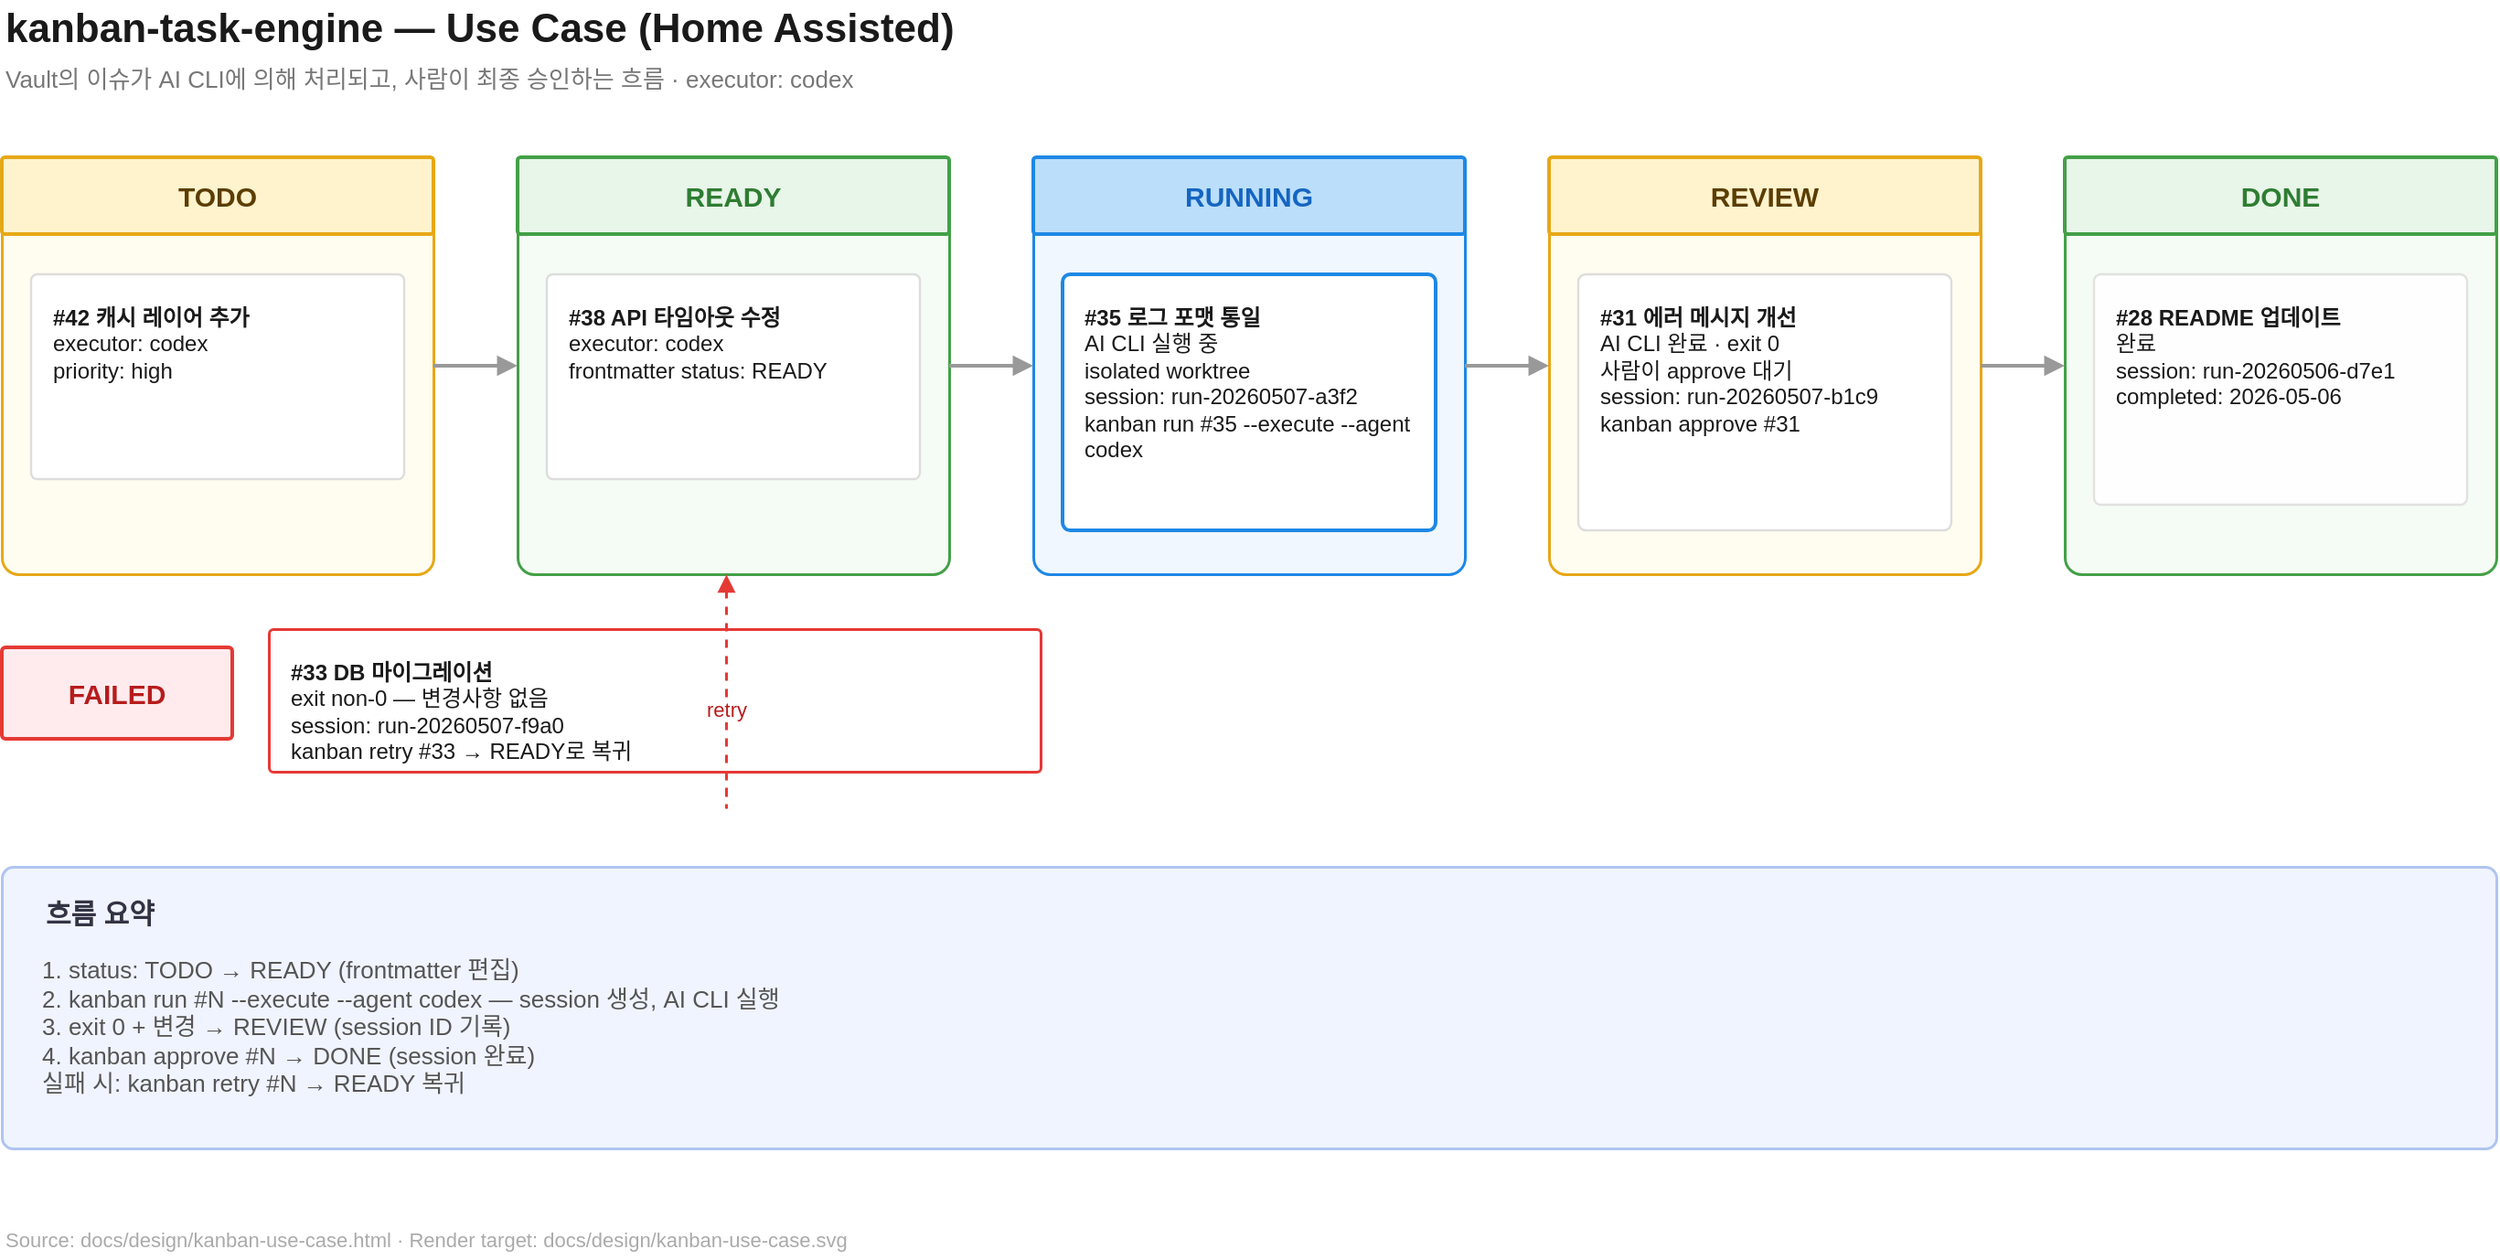
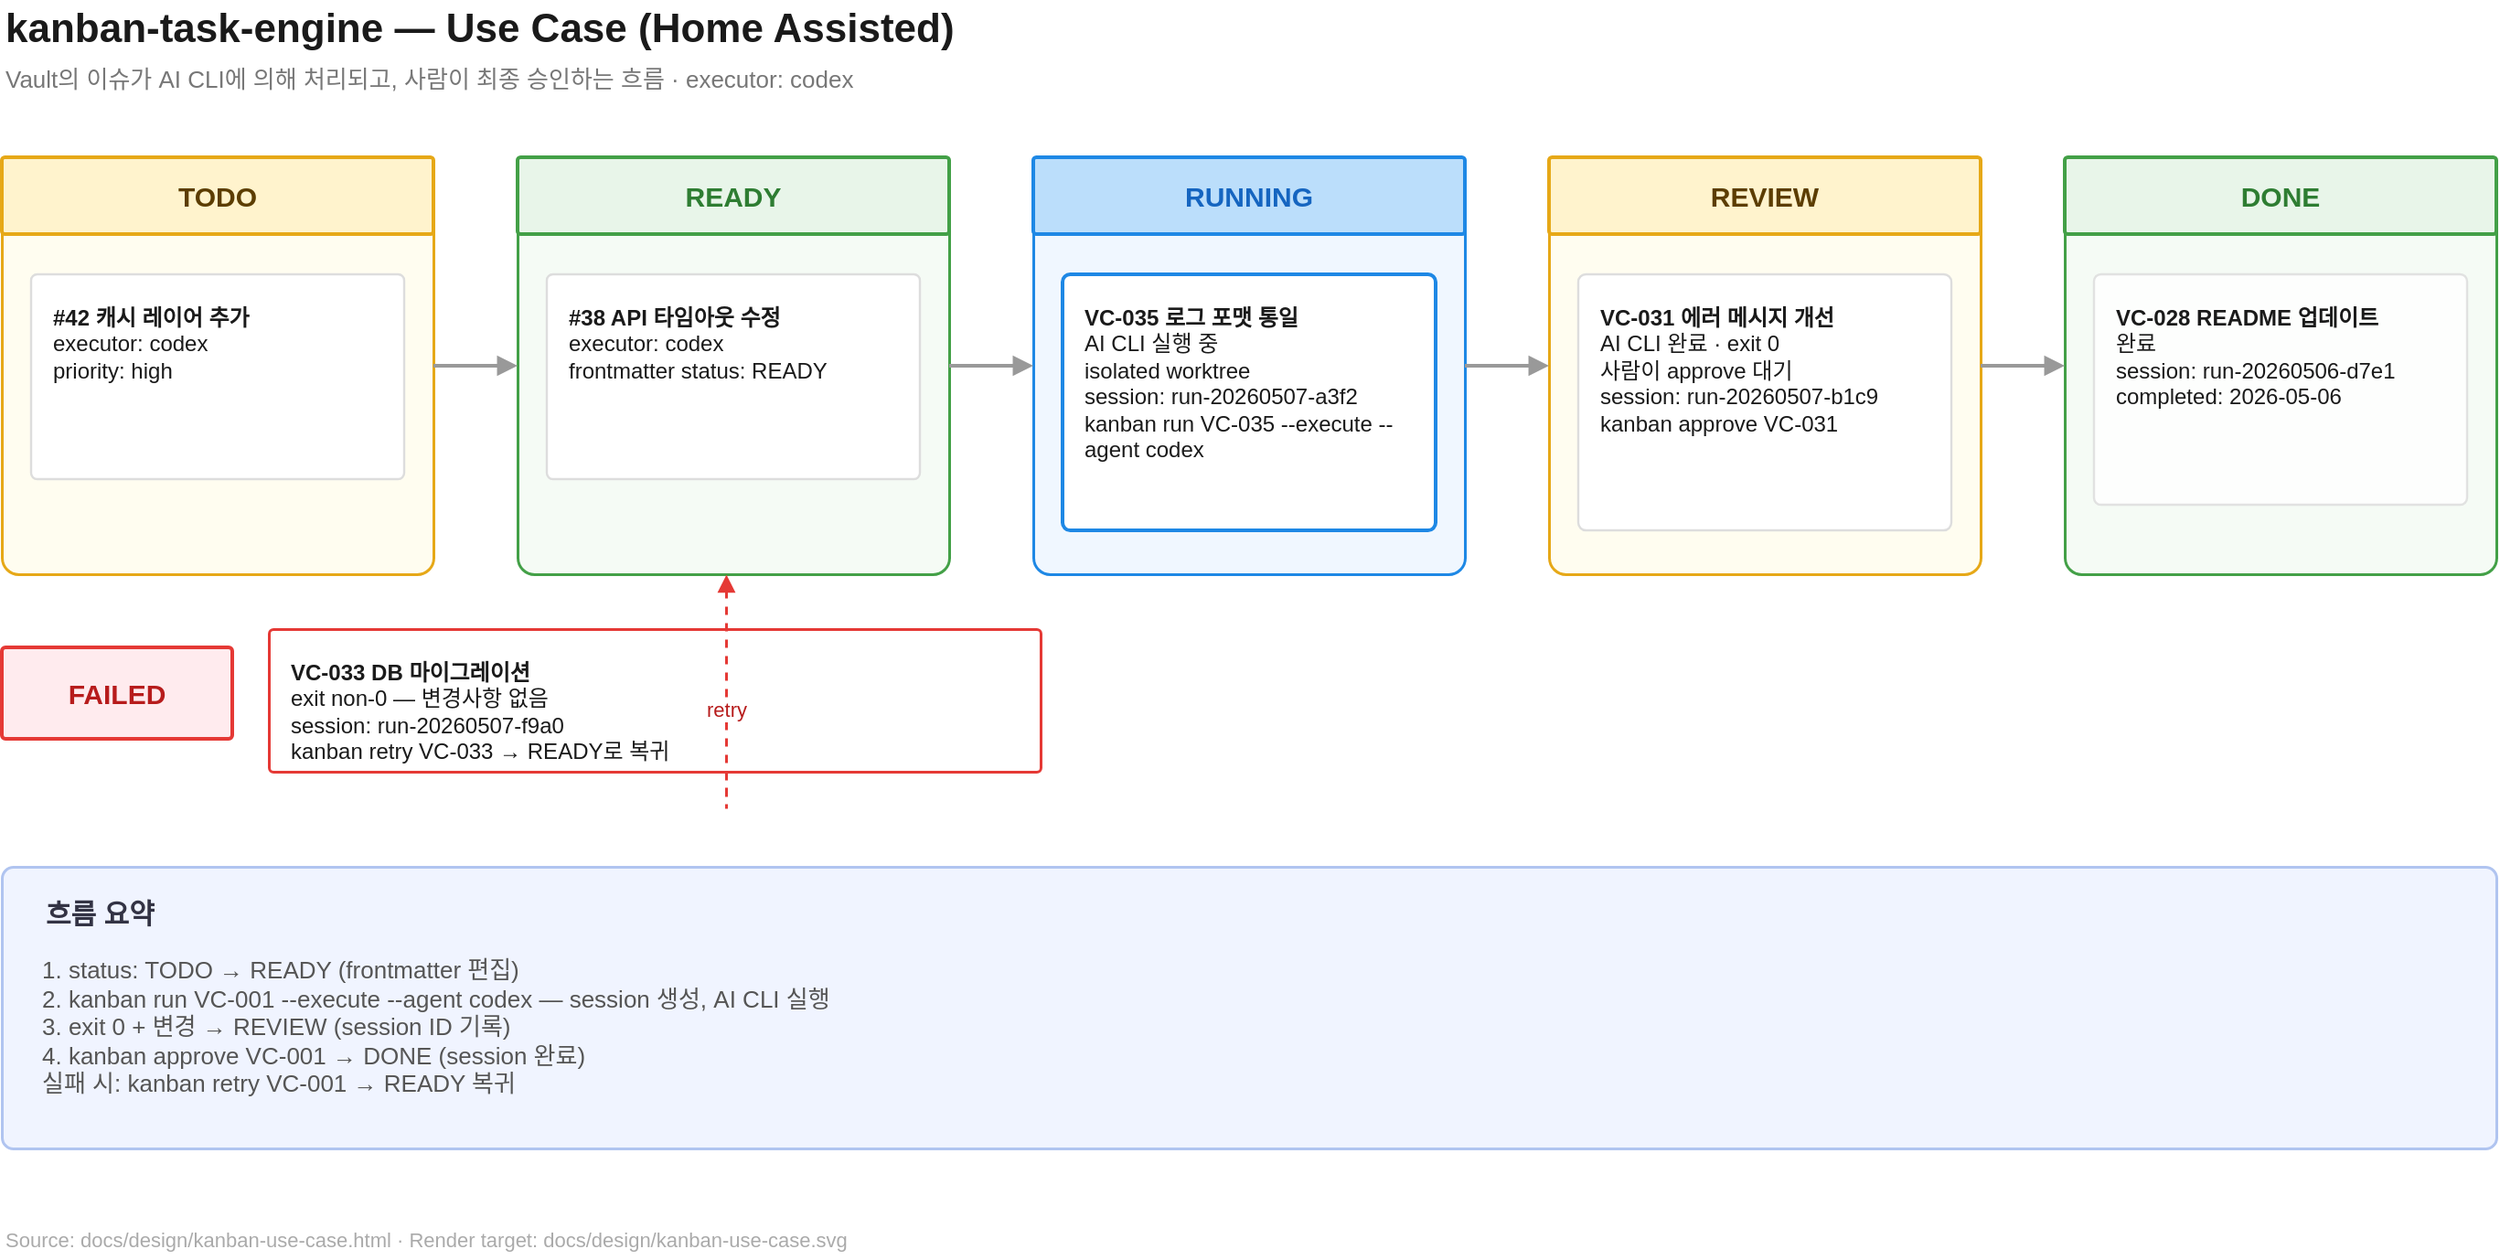
<?xml version="1.0" encoding="UTF-8"?>
<mxfile host="app.diagrams.net" modified="2026-05-07" agent="kanban-task-engine-design" version="24.0.0">
  <diagram name="Use Case - Home Assisted" id="kanban-use-case-home-assisted">
    <mxGraphModel dx="0" dy="0" grid="10" gridSize="10" guides="1" tooltips="1"
                  connect="1" arrows="1" fold="1" page="1" pageScale="1"
                  pageWidth="1500" pageHeight="760" math="0" shadow="0">
      <root>
        <mxCell id="0"/>
        <mxCell id="1" parent="0"/>

        <!-- PAGE TITLE -->
        <mxCell id="page-title" value="kanban-task-engine — Use Case (Home Assisted)"
                style="text;html=1;align=left;verticalAlign=middle;fontStyle=1;fontSize=22;fontColor=#1a1a1a;"
                vertex="1" parent="1">
          <mxGeometry x="24" y="18" width="760" height="32" as="geometry"/>
        </mxCell>
        <mxCell id="page-subtitle" value="Vault의 이슈가 AI CLI에 의해 처리되고, 사람이 최종 승인하는 흐름 · executor: codex"
                style="text;html=1;align=left;verticalAlign=middle;fontSize=13;fontColor=#777777;"
                vertex="1" parent="1">
          <mxGeometry x="24" y="50" width="820" height="22" as="geometry"/>
        </mxCell>

        <!-- BOARD COLUMNS -->
        <mxCell id="todo-col" value=""
                style="rounded=1;arcSize=4;fillColor=#fffdf0;strokeColor=#E6A817;strokeWidth=1.5;"
                vertex="1" parent="1">
          <mxGeometry x="24" y="104" width="236" height="228" as="geometry"/>
        </mxCell>
        <mxCell id="todo-head" value="TODO"
                style="rounded=1;arcSize=4;whiteSpace=wrap;html=1;fillColor=#FFF3CD;strokeColor=#E6A817;strokeWidth=2;fontStyle=1;fontSize=15;fontColor=#5c3d00;align=center;verticalAlign=middle;"
                vertex="1" parent="todo-col">
          <mxGeometry x="0" y="0" width="236" height="42" as="geometry"/>
        </mxCell>
        <mxCell id="todo-card" value="&lt;b&gt;#42 캐시 레이어 추가&lt;/b&gt;&#10;executor: codex&#10;priority: high"
                style="rounded=1;arcSize=3;whiteSpace=wrap;html=1;fillColor=#ffffff;strokeColor=#dddddd;strokeWidth=1.2;fontSize=12;fontColor=#1a1a1a;align=left;verticalAlign=top;spacing=12;"
                vertex="1" parent="todo-col">
          <mxGeometry x="16" y="64" width="204" height="112" as="geometry"/>
        </mxCell>

        <mxCell id="ready-col" value=""
                style="rounded=1;arcSize=4;fillColor=#f5fbf5;strokeColor=#43A047;strokeWidth=1.5;"
                vertex="1" parent="1">
          <mxGeometry x="306" y="104" width="236" height="228" as="geometry"/>
        </mxCell>
        <mxCell id="ready-head" value="READY"
                style="rounded=1;arcSize=4;whiteSpace=wrap;html=1;fillColor=#E8F5E9;strokeColor=#43A047;strokeWidth=2;fontStyle=1;fontSize=15;fontColor=#2e7d32;align=center;verticalAlign=middle;"
                vertex="1" parent="ready-col">
          <mxGeometry x="0" y="0" width="236" height="42" as="geometry"/>
        </mxCell>
        <mxCell id="ready-card" value="&lt;b&gt;#38 API 타임아웃 수정&lt;/b&gt;&#10;executor: codex&#10;frontmatter status: READY"
                style="rounded=1;arcSize=3;whiteSpace=wrap;html=1;fillColor=#ffffff;strokeColor=#dddddd;strokeWidth=1.2;fontSize=12;fontColor=#1a1a1a;align=left;verticalAlign=top;spacing=12;"
                vertex="1" parent="ready-col">
          <mxGeometry x="16" y="64" width="204" height="112" as="geometry"/>
        </mxCell>

        <mxCell id="running-col" value=""
                style="rounded=1;arcSize=4;fillColor=#f0f7ff;strokeColor=#1E88E5;strokeWidth=1.5;"
                vertex="1" parent="1">
          <mxGeometry x="588" y="104" width="236" height="228" as="geometry"/>
        </mxCell>
        <mxCell id="running-head" value="RUNNING"
                style="rounded=1;arcSize=4;whiteSpace=wrap;html=1;fillColor=#BBDEFB;strokeColor=#1E88E5;strokeWidth=2;fontStyle=1;fontSize=15;fontColor=#1565C0;align=center;verticalAlign=middle;"
                vertex="1" parent="running-col">
          <mxGeometry x="0" y="0" width="236" height="42" as="geometry"/>
        </mxCell>
-         <mxCell id="running-card" value="&lt;b&gt;#35 로그 포맷 통일&lt;/b&gt;&#10;AI CLI 실행 중&#10;isolated worktree&#10;session: run-20260507-a3f2&#10;kanban run #35 --execute --agent codex"
+         <mxCell id="running-card" value="&lt;b&gt;VC-035 로그 포맷 통일&lt;/b&gt;&#10;AI CLI 실행 중&#10;isolated worktree&#10;session: run-20260507-a3f2&#10;kanban run VC-035 --execute --agent codex"
                style="rounded=1;arcSize=3;whiteSpace=wrap;html=1;fillColor=#ffffff;strokeColor=#1E88E5;strokeWidth=2;fontSize=12;fontColor=#1a1a1a;align=left;verticalAlign=top;spacing=12;"
                vertex="1" parent="running-col">
          <mxGeometry x="16" y="64" width="204" height="140" as="geometry"/>
        </mxCell>

        <mxCell id="review-col" value=""
                style="rounded=1;arcSize=4;fillColor=#fffdf0;strokeColor=#E6A817;strokeWidth=1.5;"
                vertex="1" parent="1">
          <mxGeometry x="870" y="104" width="236" height="228" as="geometry"/>
        </mxCell>
        <mxCell id="review-head" value="REVIEW"
                style="rounded=1;arcSize=4;whiteSpace=wrap;html=1;fillColor=#FFF3CD;strokeColor=#E6A817;strokeWidth=2;fontStyle=1;fontSize=15;fontColor=#5c3d00;align=center;verticalAlign=middle;"
                vertex="1" parent="review-col">
          <mxGeometry x="0" y="0" width="236" height="42" as="geometry"/>
        </mxCell>
-         <mxCell id="review-card" value="&lt;b&gt;#31 에러 메시지 개선&lt;/b&gt;&#10;AI CLI 완료 · exit 0&#10;사람이 approve 대기&#10;session: run-20260507-b1c9&#10;kanban approve #31"
+         <mxCell id="review-card" value="&lt;b&gt;VC-031 에러 메시지 개선&lt;/b&gt;&#10;AI CLI 완료 · exit 0&#10;사람이 approve 대기&#10;session: run-20260507-b1c9&#10;kanban approve VC-031"
                style="rounded=1;arcSize=3;whiteSpace=wrap;html=1;fillColor=#ffffff;strokeColor=#dddddd;strokeWidth=1.2;fontSize=12;fontColor=#1a1a1a;align=left;verticalAlign=top;spacing=12;"
                vertex="1" parent="review-col">
          <mxGeometry x="16" y="64" width="204" height="140" as="geometry"/>
        </mxCell>

        <mxCell id="done-col" value=""
                style="rounded=1;arcSize=4;fillColor=#f5fbf5;strokeColor=#43A047;strokeWidth=1.5;"
                vertex="1" parent="1">
          <mxGeometry x="1152" y="104" width="236" height="228" as="geometry"/>
        </mxCell>
        <mxCell id="done-head" value="DONE"
                style="rounded=1;arcSize=4;whiteSpace=wrap;html=1;fillColor=#E8F5E9;strokeColor=#43A047;strokeWidth=2;fontStyle=1;fontSize=15;fontColor=#2e7d32;align=center;verticalAlign=middle;"
                vertex="1" parent="done-col">
          <mxGeometry x="0" y="0" width="236" height="42" as="geometry"/>
        </mxCell>
-         <mxCell id="done-card" value="&lt;b&gt;#28 README 업데이트&lt;/b&gt;&#10;완료&#10;session: run-20260506-d7e1&#10;completed: 2026-05-06"
+         <mxCell id="done-card" value="&lt;b&gt;VC-028 README 업데이트&lt;/b&gt;&#10;완료&#10;session: run-20260506-d7e1&#10;completed: 2026-05-06"
                style="rounded=1;arcSize=3;whiteSpace=wrap;html=1;fillColor=#ffffff;strokeColor=#dddddd;strokeWidth=1.2;fontSize=12;fontColor=#1a1a1a;align=left;verticalAlign=top;spacing=12;opacity=85;"
                vertex="1" parent="done-col">
          <mxGeometry x="16" y="64" width="204" height="126" as="geometry"/>
        </mxCell>

        <!-- BOARD FLOW ARROWS -->
        <mxCell id="arrow-todo-ready" value=""
                style="endArrow=block;html=1;rounded=0;strokeColor=#999999;strokeWidth=2;"
                edge="1" parent="1" source="todo-col" target="ready-col">
          <mxGeometry relative="1" as="geometry"/>
        </mxCell>
        <mxCell id="arrow-ready-running" value=""
                style="endArrow=block;html=1;rounded=0;strokeColor=#999999;strokeWidth=2;"
                edge="1" parent="1" source="ready-col" target="running-col">
          <mxGeometry relative="1" as="geometry"/>
        </mxCell>
        <mxCell id="arrow-running-review" value=""
                style="endArrow=block;html=1;rounded=0;strokeColor=#999999;strokeWidth=2;"
                edge="1" parent="1" source="running-col" target="review-col">
          <mxGeometry relative="1" as="geometry"/>
        </mxCell>
        <mxCell id="arrow-review-done" value=""
                style="endArrow=block;html=1;rounded=0;strokeColor=#999999;strokeWidth=2;"
                edge="1" parent="1" source="review-col" target="done-col">
          <mxGeometry relative="1" as="geometry"/>
        </mxCell>

        <!-- FAILED ROW -->
        <mxCell id="failed-label" value="FAILED"
                style="rounded=1;arcSize=4;whiteSpace=wrap;html=1;fillColor=#FFEBEE;strokeColor=#E53935;strokeWidth=2;fontStyle=1;fontSize=15;fontColor=#b71c1c;align=center;verticalAlign=middle;"
                vertex="1" parent="1">
          <mxGeometry x="24" y="372" width="126" height="50" as="geometry"/>
        </mxCell>
-         <mxCell id="failed-card" value="&lt;b&gt;#33 DB 마이그레이션&lt;/b&gt;&#10;exit non-0 — 변경사항 없음&#10;session: run-20260507-f9a0&#10;kanban retry #33 → READY로 복귀"
+         <mxCell id="failed-card" value="&lt;b&gt;VC-033 DB 마이그레이션&lt;/b&gt;&#10;exit non-0 — 변경사항 없음&#10;session: run-20260507-f9a0&#10;kanban retry VC-033 → READY로 복귀"
                style="rounded=1;arcSize=3;whiteSpace=wrap;html=1;fillColor=#ffffff;strokeColor=#E53935;strokeWidth=1.5;fontSize=12;fontColor=#1a1a1a;align=left;verticalAlign=top;spacing=12;"
                vertex="1" parent="1">
          <mxGeometry x="170" y="362" width="422" height="78" as="geometry"/>
        </mxCell>
        <mxCell id="arrow-failed-ready" value="retry"
                style="edgeStyle=orthogonalEdgeStyle;endArrow=block;html=1;rounded=0;strokeColor=#E53935;strokeWidth=1.5;dashed=1;fontSize=11;fontColor=#b71c1c;"
                edge="1" parent="1" source="failed-card" target="ready-col">
          <mxGeometry relative="1" as="geometry">
            <Array as="points">
              <mxPoint x="420" y="460"/>
              <mxPoint x="420" y="332"/>
            </Array>
          </mxGeometry>
        </mxCell>

        <!-- FLOW SUMMARY -->
        <mxCell id="flow-summary-bg" value=""
                style="rounded=1;arcSize=4;fillColor=#f0f4ff;strokeColor=#b0c4f0;strokeWidth=1.5;"
                vertex="1" parent="1">
          <mxGeometry x="24" y="492" width="1364" height="154" as="geometry"/>
        </mxCell>
        <mxCell id="flow-summary-title" value="흐름 요약"
                style="text;html=1;align=left;verticalAlign=middle;fontStyle=1;fontSize=15;fontColor=#333344;"
                vertex="1" parent="flow-summary-bg">
          <mxGeometry x="22" y="14" width="180" height="22" as="geometry"/>
        </mxCell>
-         <mxCell id="flow-summary-body" value="1. status: TODO → READY (frontmatter 편집)&#10;2. kanban run #N --execute --agent codex — session 생성, AI CLI 실행&#10;3. exit 0 + 변경 → REVIEW (session ID 기록)&#10;4. kanban approve #N → DONE (session 완료)&#10;실패 시: kanban retry #N → READY 복귀"
+         <mxCell id="flow-summary-body" value="1. status: TODO → READY (frontmatter 편집)&#10;2. kanban run VC-001 --execute --agent codex — session 생성, AI CLI 실행&#10;3. exit 0 + 변경 → REVIEW (session ID 기록)&#10;4. kanban approve VC-001 → DONE (session 완료)&#10;실패 시: kanban retry VC-001 → READY 복귀"
                style="rounded=0;whiteSpace=wrap;html=1;fillColor=none;strokeColor=none;fontSize=13;fontColor=#555555;align=left;verticalAlign=top;spacing=0;"
                vertex="1" parent="flow-summary-bg">
          <mxGeometry x="22" y="44" width="1318" height="94" as="geometry"/>
        </mxCell>

        <mxCell id="asset-note" value="Source: docs/design/kanban-use-case.html · Render target: docs/design/kanban-use-case.svg"
                style="text;html=1;align=left;verticalAlign=middle;fontSize=11;fontColor=#aaaaaa;"
                vertex="1" parent="1">
          <mxGeometry x="24" y="686" width="680" height="20" as="geometry"/>
        </mxCell>
      </root>
    </mxGraphModel>
  </diagram>
</mxfile>
